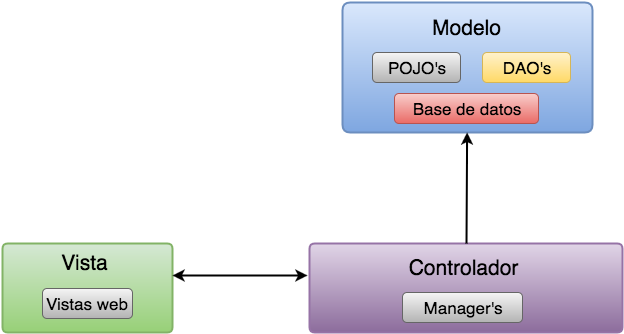
The draw.io diagram imagenes/mvc.png in susana1710/libro-pasantia, before a commit. Source tidied: cells renumbered, new cells last; positions are measured from the earlier drawing's top-left corner, leaving out a move shared by most shapes. Its diagram source:
```xml
<mxGraphModel background="#ffffff">
  <root>
    <mxCell id="0" />
    <mxCell id="1" parent="0" />
    <mxCell id="2" style="strokeWidth=2;html=1;shape=mxgraph.flowchart.process;whiteSpace=wrap;fontSize=17;plain-blue;" parent="1" vertex="1">
      <mxGeometry x="340" width="250" height="130" as="geometry" />
    </mxCell>
    <mxCell id="3" style="strokeWidth=2;html=1;shape=mxgraph.flowchart.process;whiteSpace=wrap;fontSize=17;plain-green;" parent="1" vertex="1">
      <mxGeometry y="241" width="170" height="89" as="geometry" />
    </mxCell>
    <mxCell id="4" style="strokeWidth=2;html=1;shape=mxgraph.flowchart.process;whiteSpace=wrap;fontSize=17;plain-purple;" parent="1" vertex="1">
      <mxGeometry x="307" y="241" width="313" height="89" as="geometry" />
    </mxCell>
    <mxCell id="5" style="endArrow=classic;html=1;fontSize=17;exitX=1.018;exitY=0.217;exitPerimeter=0;endFill=1;startArrow=classic;startFill=1;strokeWidth=2;" parent="1" edge="1">
      <mxGeometry x="270" y="260" as="geometry">
        <mxPoint x="170" y="273" as="sourcePoint" />
        <mxPoint x="305" y="273" as="targetPoint" />
      </mxGeometry>
    </mxCell>
    <mxCell id="6" style="endArrow=classic;html=1;fontSize=17;strokeWidth=2;exitX=0.5;exitY=0;exitPerimeter=0;endFill=1;" parent="1" edge="1" source="4" target="2">
      <mxGeometry relative="1" as="geometry" />
    </mxCell>
    <mxCell id="7" value="&lt;font style=&quot;font-size: 21px&quot;&gt;Modelo&lt;/font&gt;" style="text;html=1;strokeColor=none;fillColor=none;align=center;verticalAlign=middle;whiteSpace=wrap;overflow=hidden;fontSize=17;" parent="1" vertex="1">
      <mxGeometry x="419" y="10" width="90" height="30" as="geometry" />
    </mxCell>
    <mxCell id="8" value="POJO's" style="rounded=1;whiteSpace=wrap;html=1;fontSize=17;plain-gray;" parent="1" vertex="1">
      <mxGeometry x="370" y="50" width="88" height="30" as="geometry" />
    </mxCell>
    <mxCell id="9" value="DAO's" style="rounded=1;whiteSpace=wrap;html=1;fontSize=17;plain-yellow;" parent="1" vertex="1">
      <mxGeometry x="480" y="50" width="88" height="30" as="geometry" />
    </mxCell>
    <mxCell id="10" value="&lt;font style=&quot;font-size: 21px&quot;&gt;Controlador&lt;/font&gt;" style="text;html=1;strokeColor=none;fillColor=none;align=center;verticalAlign=middle;whiteSpace=wrap;overflow=hidden;fontSize=17;" parent="1" vertex="1">
      <mxGeometry x="380" y="251" width="160" height="29" as="geometry" />
    </mxCell>
    <mxCell id="11" value="Manager's" style="rounded=1;whiteSpace=wrap;html=1;fontSize=17;plain-gray;" parent="1" vertex="1">
      <mxGeometry x="400" y="290" width="120" height="30" as="geometry" />
    </mxCell>
    <mxCell id="12" value="&lt;font style=&quot;font-size: 21px&quot;&gt;Vista&lt;/font&gt;" style="text;html=1;strokeColor=none;fillColor=none;align=center;verticalAlign=middle;whiteSpace=wrap;overflow=hidden;fontSize=17;" parent="1" vertex="1">
      <mxGeometry x="52" y="246" width="60" height="29" as="geometry" />
    </mxCell>
    <mxCell id="13" value="Vistas web" style="rounded=1;whiteSpace=wrap;html=1;fontSize=17;plain-gray;" parent="1" vertex="1">
      <mxGeometry x="40" y="286" width="90" height="30" as="geometry" />
    </mxCell>
    <mxCell id="14" value="Base de datos" style="rounded=1;whiteSpace=wrap;html=1;fontSize=17;plain-red;" parent="1" vertex="1">
      <mxGeometry x="392" y="91" width="144" height="30" as="geometry" />
    </mxCell>
  </root>
</mxGraphModel>
```
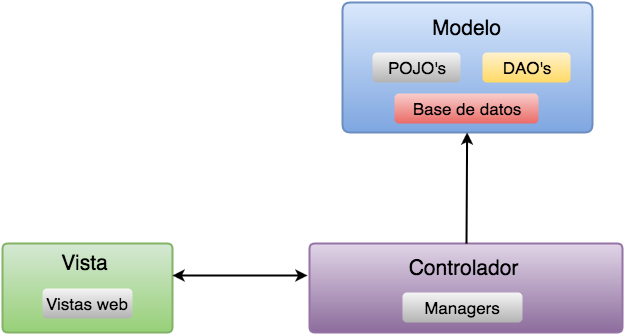
After the change.

Diff of the diagram source:
```diff
@@ -11,37 +11,37 @@
     <mxCell id="4" style="strokeWidth=2;html=1;shape=mxgraph.flowchart.process;whiteSpace=wrap;fontSize=17;plain-purple;" parent="1" vertex="1">
       <mxGeometry x="307" y="241" width="313" height="89" as="geometry" />
     </mxCell>
+    <mxCell id="15" style="endArrow=classic;html=1;fontSize=17;exitX=1.018;exitY=0.217;exitPerimeter=0;endFill=1;startArrow=classic;startFill=1;strokeWidth=2;" parent="1" edge="1">
+      <mxGeometry x="170" y="270" as="geometry">
+        <mxPoint x="170" y="273" as="sourcePoint" />
+        <mxPoint x="305" y="273" as="targetPoint" />
+      </mxGeometry>
+    </mxCell>
+    <mxCell id="16" style="endArrow=classic;html=1;fontSize=17;strokeWidth=2;exitX=0.5;exitY=0;exitPerimeter=0;endFill=1;" parent="1" edge="1" source="4" target="2">
+      <mxGeometry relative="1" as="geometry" />
+    </mxCell>
-    <mxCell id="5" style="endArrow=classic;html=1;fontSize=17;exitX=1.018;exitY=0.217;exitPerimeter=0;endFill=1;startArrow=classic;startFill=1;strokeWidth=2;" parent="1" edge="1">
-      <mxGeometry x="270" y="260" as="geometry">
-        <mxPoint x="170" y="273" as="sourcePoint" />
-        <mxPoint x="305" y="273" as="targetPoint" />
-      </mxGeometry>
+    <mxCell id="5" value="&lt;font style=&quot;font-size: 21px&quot;&gt;Modelo&lt;/font&gt;" style="text;html=1;strokeColor=none;fillColor=none;align=center;verticalAlign=middle;whiteSpace=wrap;overflow=hidden;fontSize=17;" parent="1" vertex="1">
+      <mxGeometry x="419" y="10" width="90" height="30" as="geometry" />
     </mxCell>
+    <mxCell id="8" value="POJO's" style="rounded=1;whiteSpace=wrap;html=1;fontSize=17;plain-gray;strokeColor=none;" parent="1" vertex="1">
+      <mxGeometry x="370" y="50" width="88" height="30" as="geometry" />
+    </mxCell>
-    <mxCell id="6" style="endArrow=classic;html=1;fontSize=17;strokeWidth=2;exitX=0.5;exitY=0;exitPerimeter=0;endFill=1;" parent="1" edge="1" source="4" target="2">
-      <mxGeometry relative="1" as="geometry" />
+    <mxCell id="6" value="DAO's" style="rounded=1;whiteSpace=wrap;html=1;fontSize=17;plain-yellow;strokeColor=none;" parent="1" vertex="1">
+      <mxGeometry x="480" y="50" width="88" height="30" as="geometry" />
     </mxCell>
-    <mxCell id="7" value="&lt;font style=&quot;font-size: 21px&quot;&gt;Modelo&lt;/font&gt;" style="text;html=1;strokeColor=none;fillColor=none;align=center;verticalAlign=middle;whiteSpace=wrap;overflow=hidden;fontSize=17;" parent="1" vertex="1">
-      <mxGeometry x="419" y="10" width="90" height="30" as="geometry" />
-    </mxCell>
-    <mxCell id="8" value="POJO's" style="rounded=1;whiteSpace=wrap;html=1;fontSize=17;plain-gray;" parent="1" vertex="1">
-      <mxGeometry x="370" y="50" width="88" height="30" as="geometry" />
-    </mxCell>
-    <mxCell id="9" value="DAO's" style="rounded=1;whiteSpace=wrap;html=1;fontSize=17;plain-yellow;" parent="1" vertex="1">
-      <mxGeometry x="480" y="50" width="88" height="30" as="geometry" />
-    </mxCell>
     <mxCell id="10" value="&lt;font style=&quot;font-size: 21px&quot;&gt;Controlador&lt;/font&gt;" style="text;html=1;strokeColor=none;fillColor=none;align=center;verticalAlign=middle;whiteSpace=wrap;overflow=hidden;fontSize=17;" parent="1" vertex="1">
       <mxGeometry x="380" y="251" width="160" height="29" as="geometry" />
     </mxCell>
-    <mxCell id="11" value="Manager's" style="rounded=1;whiteSpace=wrap;html=1;fontSize=17;plain-gray;" parent="1" vertex="1">
-      <mxGeometry x="400" y="290" width="120" height="30" as="geometry" />
-    </mxCell>
+    <mxCell id="17" value="Managers" style="rounded=1;whiteSpace=wrap;html=1;fontSize=17;plain-gray;strokeColor=none;" parent="1" vertex="1">
+      <mxGeometry x="400" y="290" width="120" height="30" as="geometry" />
+    </mxCell>
     <mxCell id="12" value="&lt;font style=&quot;font-size: 21px&quot;&gt;Vista&lt;/font&gt;" style="text;html=1;strokeColor=none;fillColor=none;align=center;verticalAlign=middle;whiteSpace=wrap;overflow=hidden;fontSize=17;" parent="1" vertex="1">
       <mxGeometry x="52" y="246" width="60" height="29" as="geometry" />
     </mxCell>
-    <mxCell id="13" value="Vistas web" style="rounded=1;whiteSpace=wrap;html=1;fontSize=17;plain-gray;" parent="1" vertex="1">
+    <mxCell id="13" value="Vistas web" style="rounded=1;whiteSpace=wrap;html=1;fontSize=17;plain-gray;strokeColor=none;" parent="1" vertex="1">
       <mxGeometry x="40" y="286" width="90" height="30" as="geometry" />
     </mxCell>
-    <mxCell id="14" value="Base de datos" style="rounded=1;whiteSpace=wrap;html=1;fontSize=17;plain-red;" parent="1" vertex="1">
+    <mxCell id="14" value="Base de datos" style="rounded=1;whiteSpace=wrap;html=1;fontSize=17;plain-red;strokeColor=none;" parent="1" vertex="1">
       <mxGeometry x="392" y="91" width="144" height="30" as="geometry" />
     </mxCell>
   </root>
```
